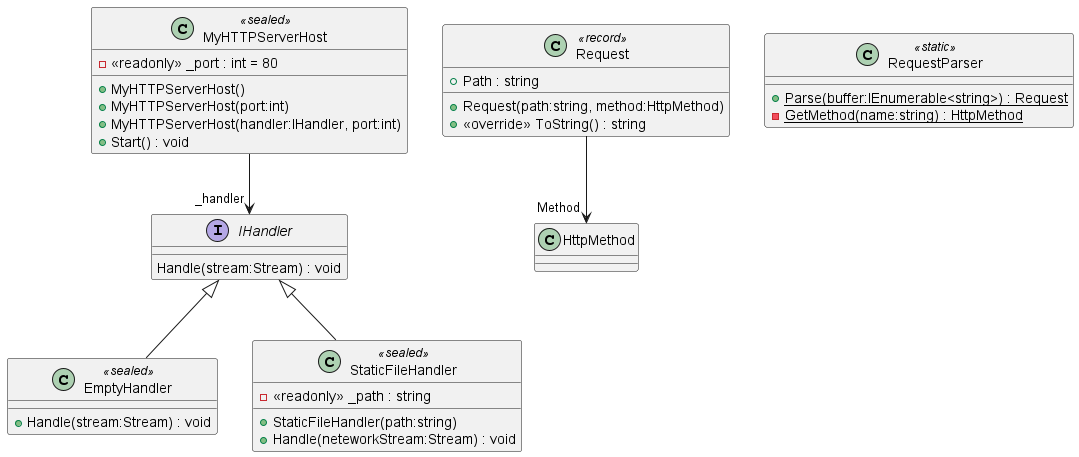
Fentan-kyc/MY_HTTP_SERVER keeps this PlantUML diagram as PlantUml/MyHTTPServer/include.png. Above is the earlier version. Source of this version:
```plantuml
@startuml
interface IHandler {
    Handle(stream:Stream) : void
}
class MyHTTPServerHost <<sealed>> {
    - <<readonly>> _port : int = 80
    + MyHTTPServerHost()
    + MyHTTPServerHost(port:int)
    + MyHTTPServerHost(handler:IHandler, port:int)
    + Start() : void
}
MyHTTPServerHost --> "_handler" IHandler
class Request <<record>> {
    + Path : string
    + Request(path:string, method:HttpMethod)
    + <<override>> ToString() : string
}
Request --> "Method" HttpMethod
class EmptyHandler <<sealed>> {
    + Handle(stream:Stream) : void
}
IHandler <|-- EmptyHandler
class StaticFileHandler <<sealed>> {
    - <<readonly>> _path : string
    + StaticFileHandler(path:string)
    + Handle(neteworkStream:Stream) : void
}
IHandler <|-- StaticFileHandler
class RequestParser <<static>> {
    + {static} Parse(buffer:IEnumerable<string>) : Request
    - {static} GetMethod(name:string) : HttpMethod
}
@enduml
```
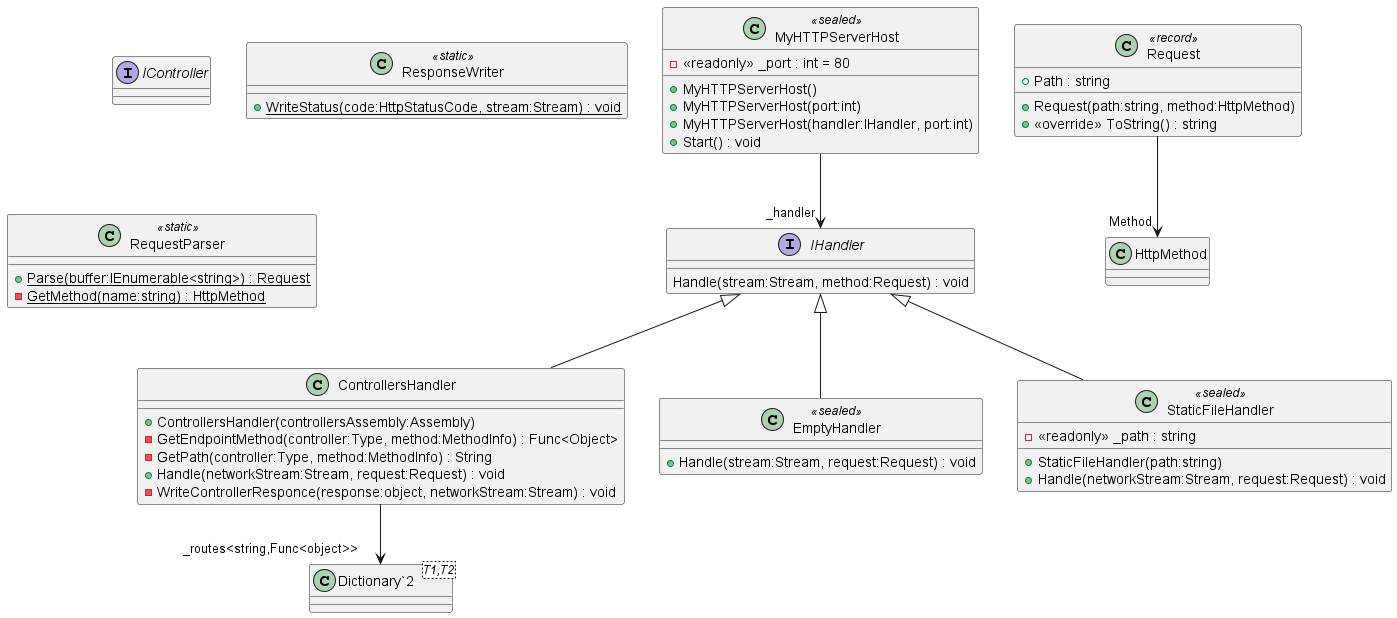
Above is the later version.

Change to the diagram source:
```diff
@@ -1,6 +1,8 @@
 @startuml
+interface IController {
+}
 interface IHandler {
-    Handle(stream:Stream) : void
+    Handle(stream:Stream, method:Request) : void
 }
 class MyHTTPServerHost <<sealed>> {
     - <<readonly>> _port : int = 80
@@ -16,14 +18,28 @@
     + <<override>> ToString() : string
 }
 Request --> "Method" HttpMethod
+class ResponseWriter <<static>> {
+    + {static} WriteStatus(code:HttpStatusCode, stream:Stream) : void
+}
+class ControllersHandler {
+    + ControllersHandler(controllersAssembly:Assembly)
+    - GetEndpointMethod(controller:Type, method:MethodInfo) : Func<Object>
+    - GetPath(controller:Type, method:MethodInfo) : String
+    + Handle(networkStream:Stream, request:Request) : void
+    - WriteControllerResponce(response:object, networkStream:Stream) : void
+}
+class "Dictionary`2"<T1,T2> {
+}
+IHandler <|-- ControllersHandler
+ControllersHandler --> "_routes<string,Func<object>>" "Dictionary`2"
 class EmptyHandler <<sealed>> {
-    + Handle(stream:Stream) : void
+    + Handle(stream:Stream, request:Request) : void
 }
 IHandler <|-- EmptyHandler
 class StaticFileHandler <<sealed>> {
     - <<readonly>> _path : string
     + StaticFileHandler(path:string)
-    + Handle(neteworkStream:Stream) : void
+    + Handle(networkStream:Stream, request:Request) : void
 }
 IHandler <|-- StaticFileHandler
 class RequestParser <<static>> {
```
